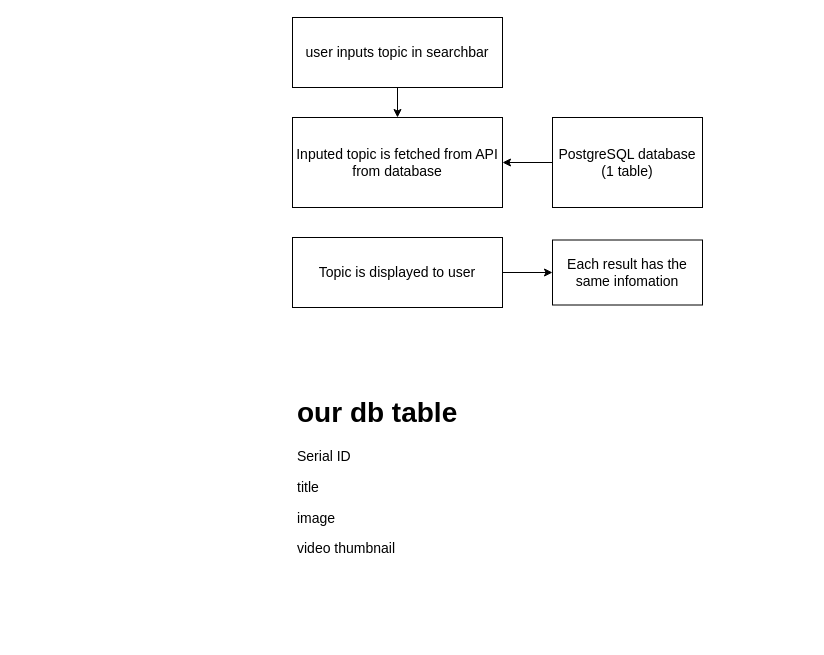
The draw.io diagram flowchart.drawio in SchoolOfCode/Plethora---Resource-API, before the edit. Source tidied: cells renumbered, new cells numbered last; positions are measured from the earlier drawing's top-left corner, leaving out a move shared by most shapes. Both pictures are drawn from the tidied source at 100%, with x=0, y=0 at pixel (292, 17).
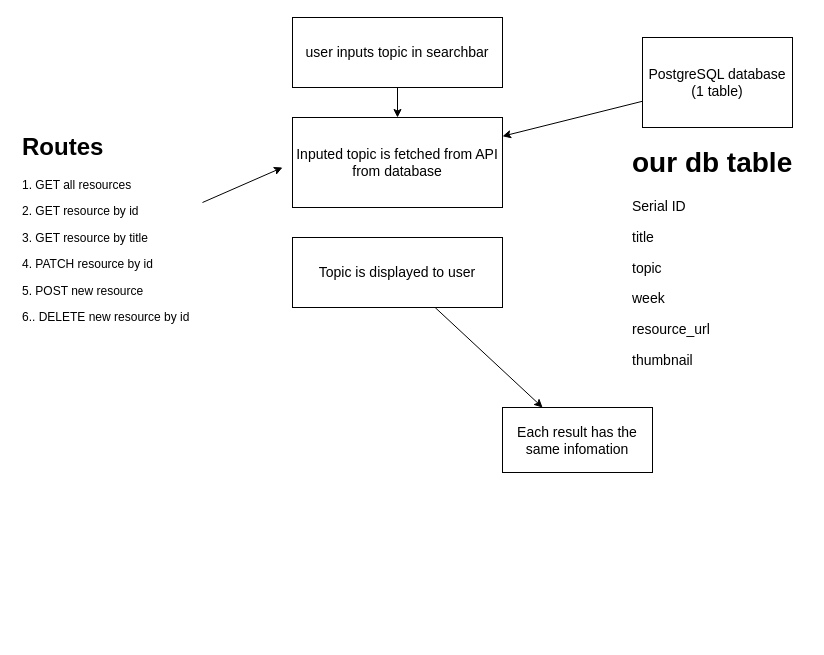
The same page after the edit.

Diff of the diagram source:
```diff
@@
 <mxGraphModel>
   <root>
     <mxCell id="0" />
     <mxCell id="1" parent="0" />
     <mxCell id="2" value="&lt;font style=&quot;font-size: 14px&quot;&gt;user inputs topic in searchbar&lt;/font&gt;" style="rounded=0;whiteSpace=wrap;html=1;" parent="1" vertex="1">
       <mxGeometry width="210" height="70" as="geometry" />
     </mxCell>
     <mxCell id="3" style="endArrow=classic;html=1;exitX=0.5;exitY=1;exitDx=0;exitDy=0;entryX=0.5;entryY=0;entryDx=0;entryDy=0;" parent="1" edge="1" source="2" target="4">
       <mxGeometry relative="1" as="geometry" />
     </mxCell>
     <mxCell id="4" value="&lt;font style=&quot;font-size: 14px&quot;&gt;Inputed topic is fetched from API from database&lt;/font&gt;" style="rounded=0;whiteSpace=wrap;html=1;" parent="1" vertex="1">
       <mxGeometry y="100" width="210" height="90" as="geometry" />
     </mxCell>
     <mxCell id="5" style="endArrow=classic;html=1;" parent="1" edge="1" target="7">
       <mxGeometry relative="1" as="geometry">
         <mxPoint x="104.5" y="230" as="sourcePoint" />
       </mxGeometry>
     </mxCell>
     <mxCell id="6" style="edgeStyle=none;html=1;" parent="1" edge="1" source="7" target="8">
       <mxGeometry relative="1" as="geometry" />
     </mxCell>
     <mxCell id="7" value="&lt;font style=&quot;font-size: 14px&quot;&gt;Topic is displayed to user&lt;/font&gt;" style="rounded=0;whiteSpace=wrap;html=1;" parent="1" vertex="1">
       <mxGeometry y="220" width="210" height="70" as="geometry" />
     </mxCell>
     <mxCell id="8" value="&lt;font style=&quot;font-size: 14px&quot;&gt;Each result has the same infomation&lt;/font&gt;" style="whiteSpace=wrap;html=1;rounded=0;" parent="1" vertex="1">
-      <mxGeometry x="260" y="222.5" width="150" height="65" as="geometry" />
+      <mxGeometry x="210" y="390" width="150" height="65" as="geometry" />
     </mxCell>
     <mxCell id="9" style="edgeStyle=none;html=1;fontSize=14;" parent="1" edge="1" source="10" target="4">
       <mxGeometry relative="1" as="geometry" />
     </mxCell>
     <mxCell id="10" value="PostgreSQL database (1 table)" style="rounded=0;whiteSpace=wrap;html=1;fontSize=14;" parent="1" vertex="1">
-      <mxGeometry x="260" y="100" width="150" height="90" as="geometry" />
+      <mxGeometry x="350" y="20" width="150" height="90" as="geometry" />
     </mxCell>
-    <mxCell id="11" value="&lt;h1&gt;our db table&lt;/h1&gt;&lt;p&gt;Serial ID&lt;/p&gt;&lt;p&gt;title&lt;/p&gt;&lt;p&gt;image&lt;/p&gt;&lt;p&gt;video thumbnail&lt;/p&gt;&lt;p&gt;&lt;br&gt;&lt;/p&gt;" style="text;html=1;strokeColor=none;fillColor=none;spacing=5;spacingTop=-20;whiteSpace=wrap;overflow=hidden;rounded=0;fontSize=14;" parent="1" vertex="1">
-      <mxGeometry y="370" width="300" height="250" as="geometry" />
+    <mxCell id="11" value="&lt;h1&gt;our db table&lt;/h1&gt;&lt;p&gt;Serial ID&lt;/p&gt;&lt;p&gt;title&lt;/p&gt;&lt;p&gt;topic&lt;/p&gt;&lt;p&gt;week&lt;/p&gt;&lt;p&gt;resource_url&lt;/p&gt;&lt;p&gt;thumbnail&lt;/p&gt;" style="text;html=1;strokeColor=none;fillColor=none;spacing=5;spacingTop=-20;whiteSpace=wrap;overflow=hidden;rounded=0;fontSize=14;" parent="1" vertex="1">
+      <mxGeometry x="335" y="120" width="180" height="250" as="geometry" />
     </mxCell>
+    <mxCell id="12" style="edgeStyle=none;html=1;exitX=1;exitY=0.5;exitDx=0;exitDy=0;" parent="1" edge="1">
+      <mxGeometry relative="1" as="geometry">
+        <mxPoint x="-90" y="185" as="sourcePoint" />
+        <mxPoint x="-10" y="150" as="targetPoint" />
+      </mxGeometry>
+    </mxCell>
+    <mxCell id="13" value="&lt;h1&gt;Routes&lt;/h1&gt;&lt;p&gt;1. GET all resources&lt;/p&gt;&lt;p&gt;2. GET resource by id&lt;/p&gt;&lt;p&gt;3. GET resource by title&lt;/p&gt;&lt;p&gt;4. PATCH resource by id&lt;/p&gt;&lt;p&gt;5. POST new resource&lt;/p&gt;&lt;p&gt;6.. DELETE new resource by id&amp;nbsp;&lt;/p&gt;" style="text;html=1;strokeColor=none;fillColor=none;spacing=5;spacingTop=-20;whiteSpace=wrap;overflow=hidden;rounded=0;" parent="1" vertex="1">
+      <mxGeometry x="-275" y="110" width="190" height="260" as="geometry" />
+    </mxCell>
   </root>
 </mxGraphModel>
```
